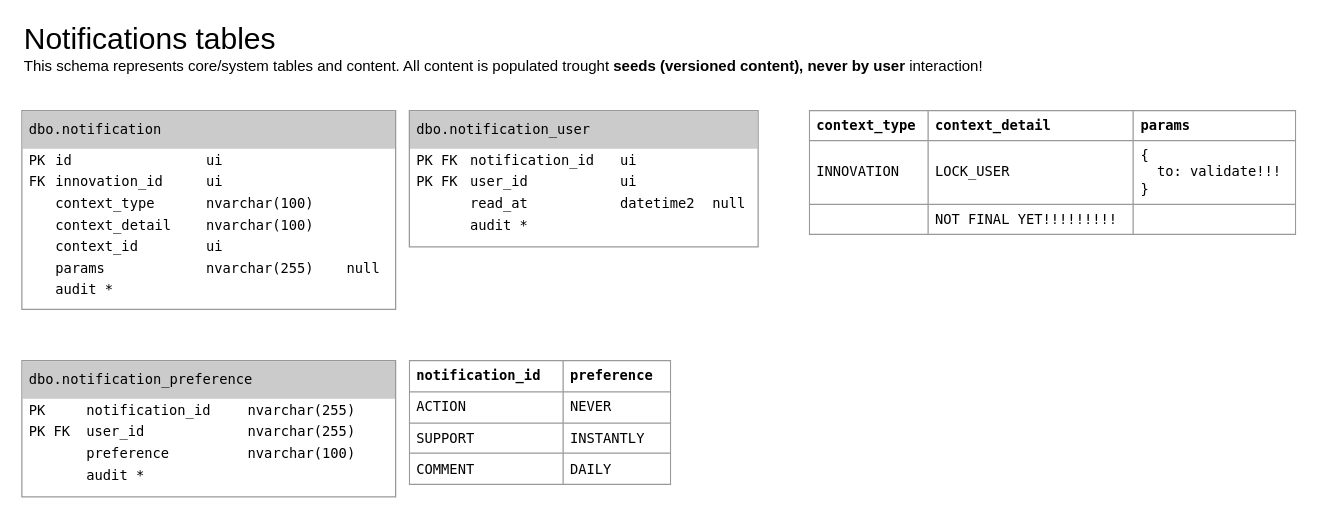
The draw.io diagram page "Notifications" (5 of 6) of docs/NHS_DB_20221106.drawio in nhsengland/innovation-service-backend-api, before the edit. Source tidied: cells renumbered, new cells numbered last; positions are measured from the earlier drawing's top-left corner, leaving out a move shared by most shapes. Both pictures are drawn from the tidied source at 125%, with x=0, y=0 at pixel (21, 22).
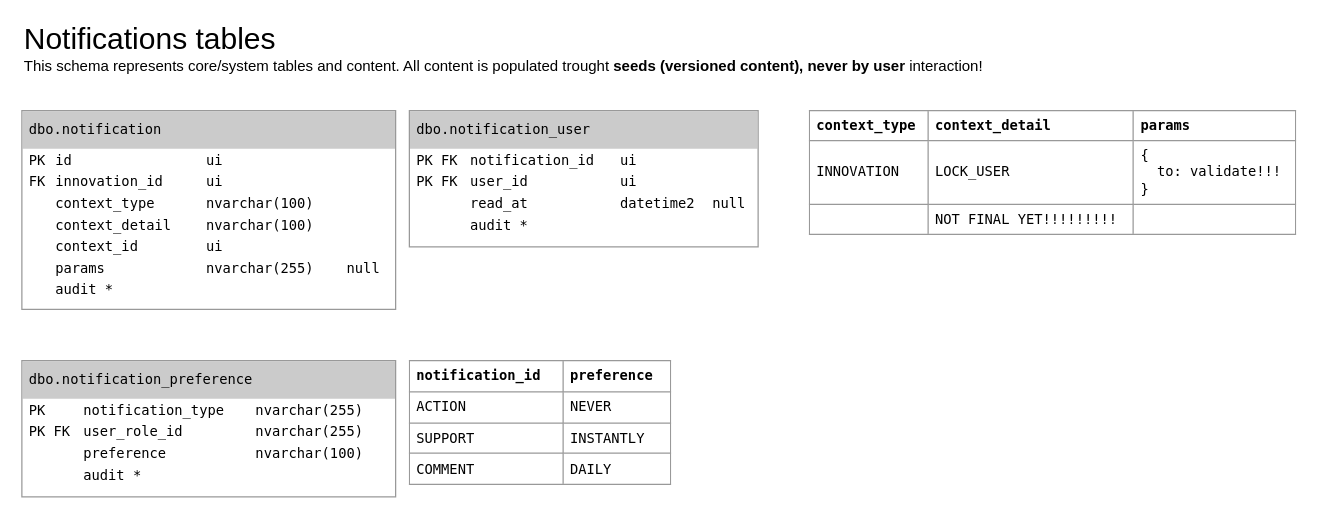
The same page after the edit.

Commit message (it also covers changes not shown here):
Merged PR 20632: change notification preferences table

Change to the diagram source:
```diff
@@
 <mxGraphModel>
   <root>
     <mxCell id="0" />
     <mxCell id="1" parent="0" />
     <mxCell id="2" value="&lt;div style=&quot;box-sizing: border-box ; width: 100% ; line-height: 30px ; background: rgba(125 , 125 , 125 , 0.4) ; padding: 0px 5px&quot;&gt;dbo.notification&lt;/div&gt;&lt;table style=&quot;width: 100% ; padding: 0px 2px&quot;&gt;&lt;tbody&gt;&lt;tr&gt;&lt;td&gt;PK&lt;/td&gt;&lt;td&gt;id&lt;/td&gt;&lt;td&gt;ui&lt;/td&gt;&lt;td&gt;&lt;/td&gt;&lt;/tr&gt;&lt;tr&gt;&lt;td&gt;FK&lt;/td&gt;&lt;td&gt;innovation_id&lt;/td&gt;&lt;td&gt;ui&lt;/td&gt;&lt;td&gt;&lt;/td&gt;&lt;/tr&gt;&lt;tr&gt;&lt;td&gt;&lt;/td&gt;&lt;td&gt;context_type&lt;/td&gt;&lt;td&gt;nvarchar(100)&lt;br&gt;&lt;/td&gt;&lt;td&gt;&lt;/td&gt;&lt;/tr&gt;&lt;tr&gt;&lt;td&gt;&lt;br&gt;&lt;/td&gt;&lt;td&gt;context_detail&lt;/td&gt;&lt;td&gt;nvarchar(100)&lt;/td&gt;&lt;td&gt;&lt;br&gt;&lt;/td&gt;&lt;/tr&gt;&lt;tr&gt;&lt;td&gt;&lt;br&gt;&lt;/td&gt;&lt;td&gt;context_id&lt;/td&gt;&lt;td&gt;ui&lt;/td&gt;&lt;td&gt;&lt;br&gt;&lt;/td&gt;&lt;/tr&gt;&lt;tr&gt;&lt;td&gt;&lt;/td&gt;&lt;td&gt;params&lt;/td&gt;&lt;td&gt;nvarchar(255)&lt;br&gt;&lt;/td&gt;&lt;td&gt;null&lt;/td&gt;&lt;/tr&gt;&lt;tr&gt;&lt;td&gt;&lt;/td&gt;&lt;td&gt;audit *&lt;/td&gt;&lt;td&gt;&lt;/td&gt;&lt;td&gt;&lt;/td&gt;&lt;/tr&gt;&lt;/tbody&gt;&lt;/table&gt;" style="fontFamily=Lucida Console;fontSize=11;align=left;overflow=fill;strokeColor=none;labelBorderColor=#999999;html=1;" parent="1" vertex="1">
       <mxGeometry y="70" width="300" height="160" as="geometry" />
     </mxCell>
     <mxCell id="3" value="&lt;table border=&quot;1&quot; style=&quot;border: 1px solid #999999 ; width: 100% ; height: 100% ; border-collapse: collapse&quot; cellpadding=&quot;5&quot;&gt;&lt;tbody&gt;&lt;tr&gt;&lt;td&gt;&lt;b&gt;context_type&lt;/b&gt;&lt;/td&gt;&lt;td style=&quot;line-height: 120%&quot;&gt;&lt;b&gt;context_detail&lt;/b&gt;&lt;/td&gt;&lt;td&gt;&lt;b&gt;params&lt;/b&gt;&lt;/td&gt;&lt;/tr&gt;&lt;tr&gt;&lt;td&gt;INNOVATION&lt;/td&gt;&lt;td&gt;LOCK_USER&lt;/td&gt;&lt;td&gt;{&lt;br&gt;&amp;nbsp; to: validate!!!&lt;br&gt;}&lt;br&gt;&lt;/td&gt;&lt;/tr&gt;&lt;tr&gt;&lt;td&gt;&lt;br&gt;&lt;/td&gt;&lt;td&gt;NOT FINAL YET!!!!!!!!!&lt;/td&gt;&lt;td&gt;&lt;br&gt;&lt;/td&gt;&lt;/tr&gt;&lt;/tbody&gt;&lt;/table&gt;" style="fontFamily=Lucida Console;fontSize=11;align=left;overflow=fill;strokeColor=none;spacing=0;html=1;" parent="1" vertex="1">
       <mxGeometry x="630" y="70" width="390" height="100" as="geometry" />
     </mxCell>
     <mxCell id="4" value="&lt;font style=&quot;font-size: 24px&quot;&gt;Notifications tables&lt;br&gt;&lt;/font&gt;This schema represents core/system tables and content. All content is populated trought &lt;b&gt;seeds (versioned content), never by user&lt;/b&gt; interaction!" style="text;html=1;align=left;verticalAlign=middle;" parent="1" vertex="1">
       <mxGeometry width="780" height="40" as="geometry" />
     </mxCell>
-    <mxCell id="5" value="&lt;div style=&quot;box-sizing: border-box ; width: 100% ; line-height: 30px ; background: rgba(125 , 125 , 125 , 0.4) ; padding: 0px 5px&quot;&gt;dbo.notification_preference&lt;/div&gt;&lt;table style=&quot;width: 100% ; padding: 0px 2px&quot;&gt;&lt;tbody&gt;&lt;tr&gt;&lt;td&gt;PK&lt;/td&gt;&lt;td&gt;notification_id&lt;/td&gt;&lt;td&gt;nvarchar(255)&lt;/td&gt;&lt;td&gt;&lt;br&gt;&lt;/td&gt;&lt;/tr&gt;&lt;tr&gt;&lt;td&gt;PK FK&lt;/td&gt;&lt;td&gt;user_id&lt;/td&gt;&lt;td&gt;nvarchar(255)&lt;/td&gt;&lt;td&gt;&lt;/td&gt;&lt;/tr&gt;&lt;tr&gt;&lt;td&gt;&lt;br&gt;&lt;/td&gt;&lt;td&gt;preference&lt;/td&gt;&lt;td&gt;nvarchar(100)&lt;/td&gt;&lt;td&gt;&lt;br&gt;&lt;/td&gt;&lt;/tr&gt;&lt;tr&gt;&lt;td&gt;&lt;/td&gt;&lt;td&gt;audit *&lt;/td&gt;&lt;td&gt;&lt;/td&gt;&lt;td&gt;&lt;/td&gt;&lt;/tr&gt;&lt;/tbody&gt;&lt;/table&gt;" style="fontFamily=Lucida Console;fontSize=11;align=left;overflow=fill;strokeColor=none;labelBorderColor=#999999;html=1;" parent="1" vertex="1">
+    <mxCell id="5" value="&lt;div style=&quot;box-sizing: border-box ; width: 100% ; line-height: 30px ; background: rgba(125 , 125 , 125 , 0.4) ; padding: 0px 5px&quot;&gt;dbo.notification_preference&lt;/div&gt;&lt;table style=&quot;width: 100% ; padding: 0px 2px&quot;&gt;&lt;tbody&gt;&lt;tr&gt;&lt;td&gt;PK&lt;/td&gt;&lt;td&gt;notification_type&lt;/td&gt;&lt;td&gt;nvarchar(255)&lt;/td&gt;&lt;td&gt;&lt;br&gt;&lt;/td&gt;&lt;/tr&gt;&lt;tr&gt;&lt;td&gt;PK FK&lt;/td&gt;&lt;td&gt;user_role_id&lt;/td&gt;&lt;td&gt;nvarchar(255)&lt;/td&gt;&lt;td&gt;&lt;/td&gt;&lt;/tr&gt;&lt;tr&gt;&lt;td&gt;&lt;br&gt;&lt;/td&gt;&lt;td&gt;preference&lt;/td&gt;&lt;td&gt;nvarchar(100)&lt;/td&gt;&lt;td&gt;&lt;br&gt;&lt;/td&gt;&lt;/tr&gt;&lt;tr&gt;&lt;td&gt;&lt;/td&gt;&lt;td&gt;audit *&lt;/td&gt;&lt;td&gt;&lt;/td&gt;&lt;td&gt;&lt;/td&gt;&lt;/tr&gt;&lt;/tbody&gt;&lt;/table&gt;" style="fontFamily=Lucida Console;fontSize=11;align=left;overflow=fill;strokeColor=none;labelBorderColor=#999999;html=1;" parent="1" vertex="1">
       <mxGeometry y="270" width="300" height="110" as="geometry" />
     </mxCell>
     <mxCell id="6" value="&lt;table border=&quot;1&quot; style=&quot;border: 1px solid #999999 ; width: 100% ; height: 100% ; border-collapse: collapse&quot; cellpadding=&quot;5&quot;&gt;&lt;tbody&gt;&lt;tr&gt;&lt;td&gt;&lt;b&gt;notification_id&lt;/b&gt;&lt;/td&gt;&lt;td&gt;&lt;b&gt;preference&lt;/b&gt;&lt;/td&gt;&lt;/tr&gt;&lt;tr&gt;&lt;td&gt;ACTION&lt;/td&gt;&lt;td&gt;NEVER&lt;/td&gt;&lt;/tr&gt;&lt;tr&gt;&lt;td&gt;SUPPORT&lt;br&gt;&lt;/td&gt;&lt;td&gt;INSTANTLY&lt;/td&gt;&lt;/tr&gt;&lt;tr&gt;&lt;td&gt;COMMENT&lt;br&gt;&lt;/td&gt;&lt;td&gt;DAILY&lt;/td&gt;&lt;/tr&gt;&lt;/tbody&gt;&lt;/table&gt;" style="fontFamily=Lucida Console;fontSize=11;align=left;overflow=fill;strokeColor=none;spacing=0;html=1;" parent="1" vertex="1">
       <mxGeometry x="310" y="270" width="210" height="100" as="geometry" />
     </mxCell>
     <mxCell id="7" value="&lt;div style=&quot;box-sizing: border-box ; width: 100% ; line-height: 30px ; background: rgba(125 , 125 , 125 , 0.4) ; padding: 0px 5px&quot;&gt;dbo.notification_user&lt;/div&gt;&lt;table style=&quot;width: 100% ; padding: 0px 2px&quot;&gt;&lt;tbody&gt;&lt;tr&gt;&lt;td&gt;PK FK&lt;/td&gt;&lt;td&gt;notification_id&lt;/td&gt;&lt;td&gt;ui&lt;/td&gt;&lt;td&gt;&lt;br&gt;&lt;/td&gt;&lt;/tr&gt;&lt;tr&gt;&lt;td&gt;PK FK&lt;/td&gt;&lt;td&gt;user_id&lt;/td&gt;&lt;td&gt;ui&lt;/td&gt;&lt;td&gt;&lt;/td&gt;&lt;/tr&gt;&lt;tr&gt;&lt;td&gt;&lt;br&gt;&lt;/td&gt;&lt;td&gt;read_at&lt;/td&gt;&lt;td&gt;datetime2&lt;/td&gt;&lt;td&gt;null&lt;/td&gt;&lt;/tr&gt;&lt;tr&gt;&lt;td&gt;&lt;/td&gt;&lt;td&gt;audit *&lt;/td&gt;&lt;td&gt;&lt;/td&gt;&lt;td&gt;&lt;/td&gt;&lt;/tr&gt;&lt;/tbody&gt;&lt;/table&gt;" style="fontFamily=Lucida Console;fontSize=11;align=left;overflow=fill;strokeColor=none;labelBorderColor=#999999;html=1;" parent="1" vertex="1">
       <mxGeometry x="310" y="70" width="280" height="110" as="geometry" />
     </mxCell>
   </root>
 </mxGraphModel>
```
